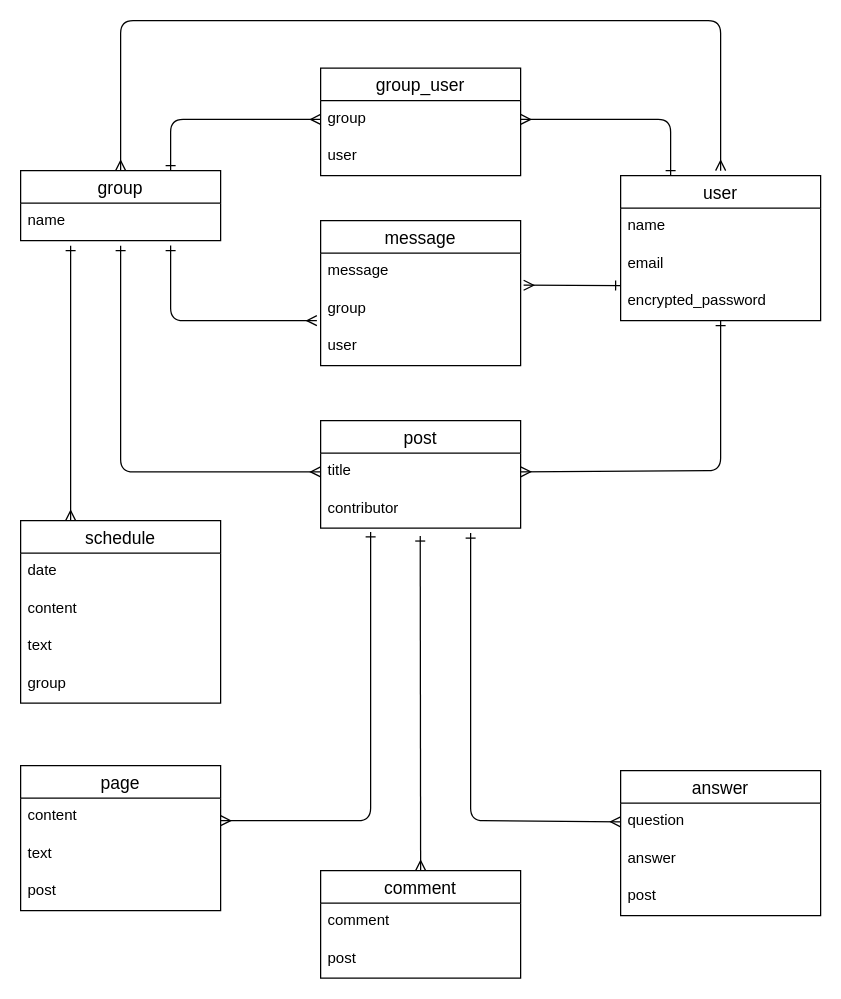
This is ER.dio from xcattleyax/free-seeker, a draw.io file, before an edit. Source tidied: cells renumbered, new cells numbered last; positions are measured from the earlier drawing's top-left corner, leaving out a move shared by most shapes. Both pictures are drawn from the tidied source at 125%, with x=0, y=0 at pixel (20, 20).
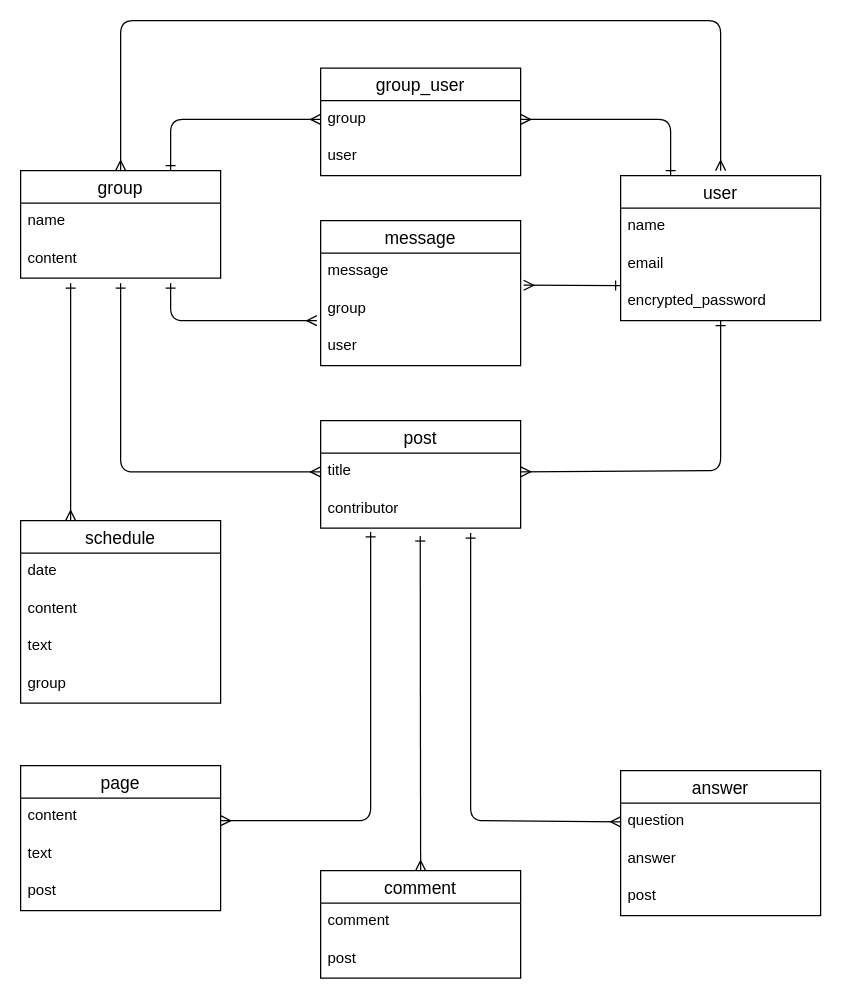
Above is the later version.

Unchanged cells that the change refers to:
```xml
<mxCell id="7" value="schedule" style="swimlane;fontStyle=0;horizontal=1;startSize=26;align=center;fontSize=14;" parent="1" vertex="1">
  <mxGeometry y="400" width="160" height="146" as="geometry" />
</mxCell>
<mxCell id="17" value="title" style="text;strokeColor=none;fillColor=none;spacingLeft=4;spacingRight=4;overflow=hidden;points=[[0,0.5],[1,0.5]];portConstraint=eastwest;fontSize=12;" parent="16" vertex="1">
  <mxGeometry y="26" width="160" height="30" as="geometry" />
</mxCell>
<mxCell id="36" value="name" style="text;strokeColor=none;fillColor=none;spacingLeft=4;spacingRight=4;overflow=hidden;points=[[0,0.5],[1,0.5]];portConstraint=eastwest;fontSize=12;" parent="35" vertex="1">
  <mxGeometry y="26" width="160" height="30" as="geometry" />
</mxCell>
```

The edit, as a diff of the source:
```diff
@@
     <mxCell id="35" value="group" style="swimlane;fontStyle=0;horizontal=1;startSize=26;align=center;fontSize=14;" parent="1" vertex="1">
-      <mxGeometry y="120" width="160" height="56" as="geometry" />
+      <mxGeometry y="120" width="160" height="86" as="geometry" />
     </mxCell>
@@
+    <mxCell id="45" value="content" style="text;strokeColor=none;fillColor=none;spacingLeft=4;spacingRight=4;overflow=hidden;fontSize=12;" parent="35" vertex="1">
+      <mxGeometry y="56" width="160" height="30" as="geometry" />
+    </mxCell>
@@
-    <mxCell id="41" style="edgeStyle=none;html=1;exitX=0.75;exitY=1.133;exitDx=0;exitDy=0;exitPerimeter=0;startArrow=ERone;startFill=0;endArrow=ERmany;endFill=0;" parent="1" edge="1" source="36">
+    <mxCell id="41" style="edgeStyle=none;html=1;startArrow=ERone;startFill=0;endArrow=ERmany;endFill=0;" parent="1" edge="1">
       <mxGeometry relative="1" as="geometry">
+        <mxPoint x="120" y="210" as="sourcePoint" />
         <mxPoint x="237" y="240" as="targetPoint" />
         <Array as="points">
           <mxPoint x="120" y="240" />
         </Array>
       </mxGeometry>
     </mxCell>
     <mxCell id="42" style="edgeStyle=none;html=1;entryX=0;entryY=0.5;entryDx=0;entryDy=0;startArrow=ERone;startFill=0;endArrow=ERmany;endFill=0;" parent="1" edge="1" target="17">
       <mxGeometry relative="1" as="geometry">
-        <mxPoint x="80" y="180" as="sourcePoint" />
+        <mxPoint x="80" y="210" as="sourcePoint" />
         <Array as="points">
           <mxPoint x="80" y="361" />
         </Array>
       </mxGeometry>
     </mxCell>
@@
     <mxCell id="44" style="edgeStyle=none;html=1;entryX=0.25;entryY=0;entryDx=0;entryDy=0;startArrow=ERone;startFill=0;endArrow=ERmany;endFill=0;" parent="1" edge="1" target="7">
       <mxGeometry relative="1" as="geometry">
-        <mxPoint x="40" y="180" as="sourcePoint" />
+        <mxPoint x="40" y="210" as="sourcePoint" />
       </mxGeometry>
     </mxCell>
```
